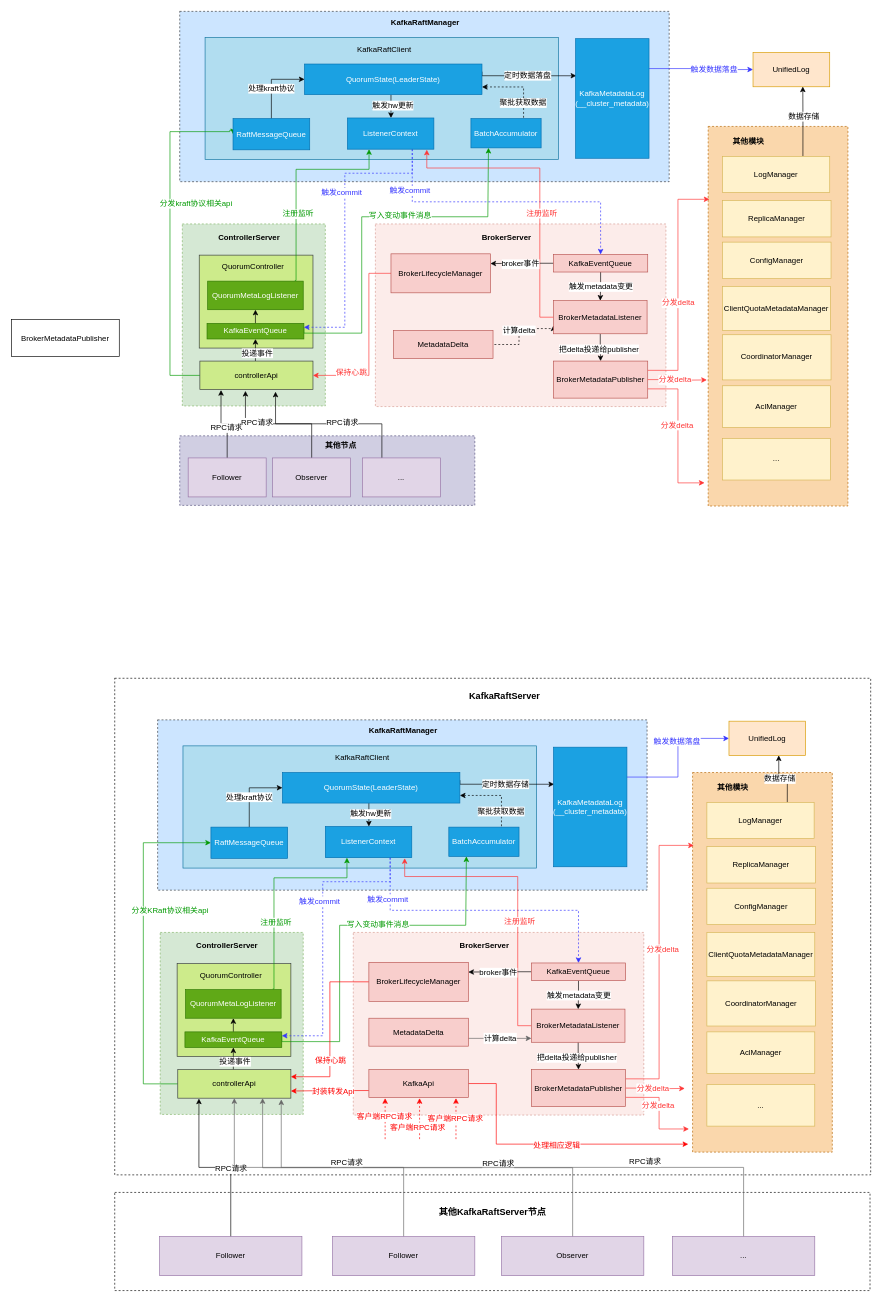
This is page "第 7 页" (7 of 9) of controller.drawio from jameslcj/myBlog, a draw.io file, before an edit. Source tidied: cells renumbered, new cells numbered last; positions are measured from the earlier drawing's top-left corner, leaving out a move shared by most shapes. Both pictures are drawn from the tidied source at 65%, with x=0, y=0 at pixel (11, 11).
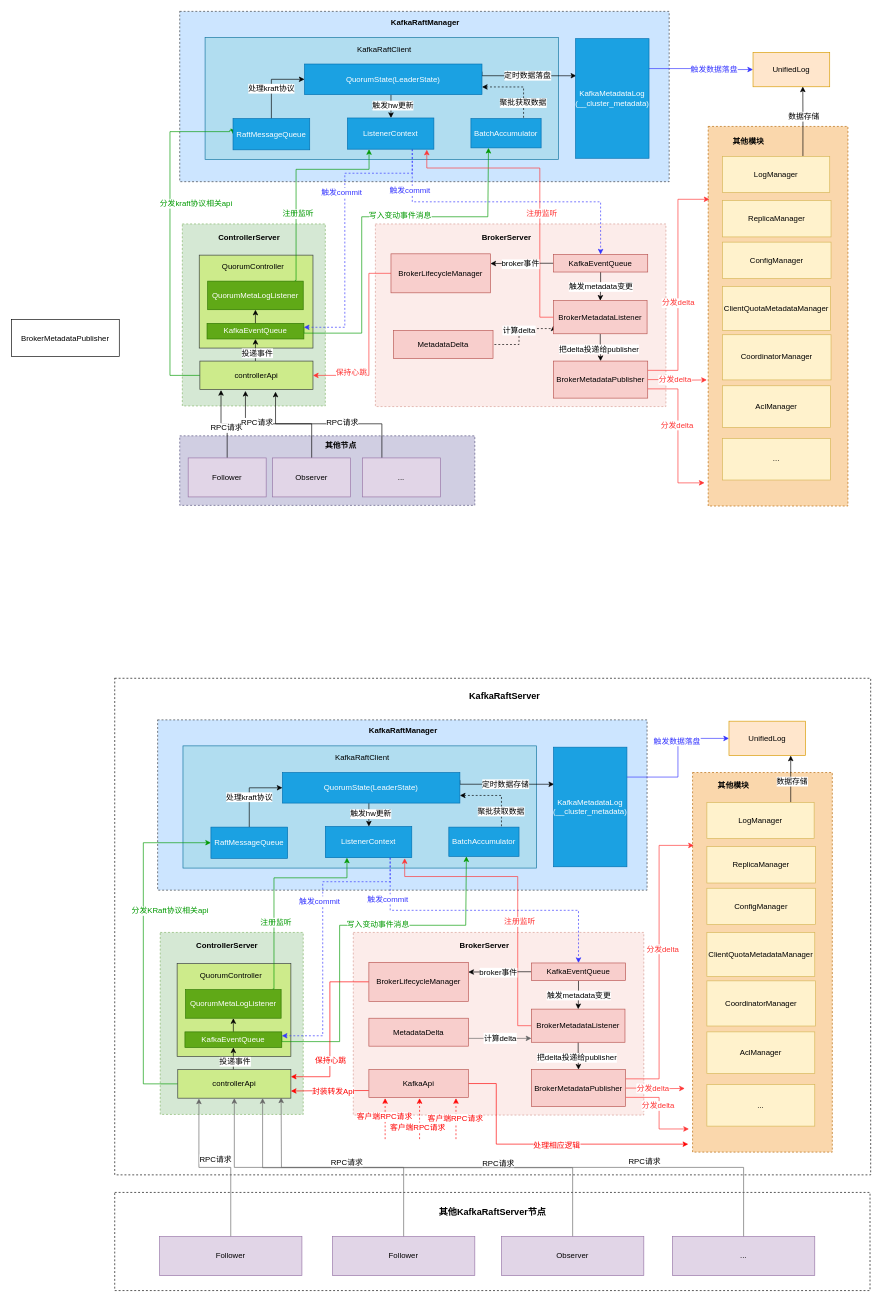
After the change.

The change refers to these unchanged cells:
```xml
<mxCell id="102" value="controllerApi" style="rounded=0;whiteSpace=wrap;html=1;fontSize=12;fillColor=#cdeb8b;strokeColor=#36393d;" parent="1" vertex="1">
  <mxGeometry x="256" y="1628" width="174" height="44" as="geometry" />
</mxCell>
<mxCell id="157" value="LogManager" style="rounded=0;whiteSpace=wrap;html=1;fontSize=12;fillColor=#fff2cc;strokeColor=#d6b656;" parent="1" vertex="1">
  <mxGeometry x="1070" y="1217" width="165" height="55.5" as="geometry" />
</mxCell>
<mxCell id="158" value="UnifiedLog" style="rounded=0;whiteSpace=wrap;html=1;fontSize=12;fillColor=#ffe6cc;strokeColor=#d79b00;" parent="1" vertex="1">
  <mxGeometry x="1104" y="1092" width="118" height="53" as="geometry" />
</mxCell>
<mxCell id="162" value="Follower" style="rounded=0;whiteSpace=wrap;html=1;fontSize=12;fillColor=#e1d5e7;strokeColor=#9673a6;" parent="1" vertex="1">
  <mxGeometry x="228" y="1885" width="219" height="60" as="geometry" />
</mxCell>
<mxCell id="176" value="..." style="rounded=0;whiteSpace=wrap;html=1;fontSize=12;fillColor=#e1d5e7;strokeColor=#9673a6;" parent="1" vertex="1">
  <mxGeometry x="1017" y="1885" width="219" height="60" as="geometry" />
</mxCell>
```

What changed in the source:
```diff
@@
-    <mxCell id="155" style="edgeStyle=orthogonalEdgeStyle;rounded=0;jettySize=auto;html=1;exitX=0.75;exitY=0;exitDx=0;exitDy=0;entryX=0.649;entryY=0.993;entryDx=0;entryDy=0;entryPerimeter=0;fontSize=12;fontColor=#000000;startArrow=none;startFill=0;endArrow=classic;endFill=1;" parent="1" edge="1" source="157" target="158">
-      <mxGeometry relative="1" as="geometry" />
+    <mxCell id="155" style="edgeStyle=orthogonalEdgeStyle;rounded=0;jettySize=auto;html=1;strokeColor=#000000;fontSize=12;fontColor=#009900;startArrow=none;startFill=0;endArrow=classic;endFill=1;" parent="1" edge="1" source="157" target="158">
+      <mxGeometry relative="1" as="geometry">
+        <Array as="points">
+          <mxPoint x="1199" y="1168" />
+          <mxPoint x="1199" y="1168" />
+        </Array>
+      </mxGeometry>
     </mxCell>
-    <mxCell id="156" value="数据存储" style="edgeLabel;html=1;align=center;verticalAlign=middle;fontSize=12;fontColor=#000000;" parent="155" vertex="1">
-      <mxGeometry x="0.16" y="-1" relative="1" as="geometry" />
+    <mxCell id="156" value="&lt;font color=&quot;#000000&quot;&gt;数据存储&lt;/font&gt;" style="edgeLabel;html=1;align=center;verticalAlign=middle;fontSize=12;fontColor=#009900;" parent="155" vertex="1">
+      <mxGeometry x="-0.05" y="-1" relative="1" as="geometry">
+        <mxPoint y="1" as="offset" />
+      </mxGeometry>
     </mxCell>
@@
-    <mxCell id="160" style="edgeStyle=orthogonalEdgeStyle;rounded=0;jettySize=auto;html=1;exitX=0.5;exitY=0;exitDx=0;exitDy=0;entryX=0.187;entryY=1.014;entryDx=0;entryDy=0;entryPerimeter=0;fontSize=12;fontColor=#000000;startArrow=none;startFill=0;endArrow=classic;endFill=1;" parent="1" edge="1" source="162" target="102">
+    <mxCell id="160" style="edgeStyle=orthogonalEdgeStyle;rounded=0;jettySize=auto;html=1;exitX=0.5;exitY=0;exitDx=0;exitDy=0;entryX=0.187;entryY=1.014;entryDx=0;entryDy=0;entryPerimeter=0;fontSize=12;fontColor=#000000;startArrow=none;startFill=0;endArrow=classic;endFill=1;strokeColor=#666666;" parent="1" edge="1" source="162" target="102">
       <mxGeometry relative="1" as="geometry" />
     </mxCell>
     <mxCell id="161" value="RPC请求" style="edgeLabel;html=1;align=center;verticalAlign=middle;fontSize=12;fontColor=#000000;" parent="160" vertex="1">
-      <mxGeometry x="-0.18" y="2" relative="1" as="geometry" />
+      <mxGeometry x="-0.18" y="2" relative="1" as="geometry">
+        <mxPoint x="-24" y="-15" as="offset" />
+      </mxGeometry>
     </mxCell>
@@
-    <mxCell id="164" value="&lt;b&gt;其他模块&lt;/b&gt;" style="text;html=1;strokeColor=none;fillColor=none;align=center;verticalAlign=middle;whiteSpace=wrap;rounded=0;dashed=1;fontSize=12;fontColor=#000000;" parent="1" vertex="1">
-      <mxGeometry x="1080" y="1179" width="60" height="30" as="geometry" />
+    <mxCell id="164" value="&lt;b&gt;&lt;font style=&quot;font-size: 12px;&quot;&gt;其他模块&lt;/font&gt;&lt;/b&gt;" style="text;html=1;strokeColor=none;fillColor=none;align=center;verticalAlign=middle;whiteSpace=wrap;rounded=0;dashed=1;fontSize=12;fontColor=#000000;" parent="1" vertex="1">
+      <mxGeometry x="1081" y="1177" width="60" height="30" as="geometry" />
     </mxCell>
@@
-    <mxCell id="174" style="edgeStyle=orthogonalEdgeStyle;rounded=0;jettySize=auto;html=1;exitX=0.5;exitY=0;exitDx=0;exitDy=0;entryX=0.915;entryY=1.043;entryDx=0;entryDy=0;entryPerimeter=0;strokeColor=#666666;fontSize=14;fontColor=#000000;startArrow=none;startFill=0;endArrow=classic;endFill=1;" parent="1" edge="1" source="176" target="102">
-      <mxGeometry relative="1" as="geometry" />
+    <mxCell id="174" style="edgeStyle=orthogonalEdgeStyle;rounded=0;jettySize=auto;html=1;exitX=0.5;exitY=0;exitDx=0;exitDy=0;strokeColor=#666666;fontSize=14;fontColor=#000000;startArrow=none;startFill=0;endArrow=classic;endFill=1;" parent="1" edge="1" source="176">
+      <mxGeometry relative="1" as="geometry">
+        <mxPoint x="415" y="1671" as="targetPoint" />
+      </mxGeometry>
     </mxCell>
```
